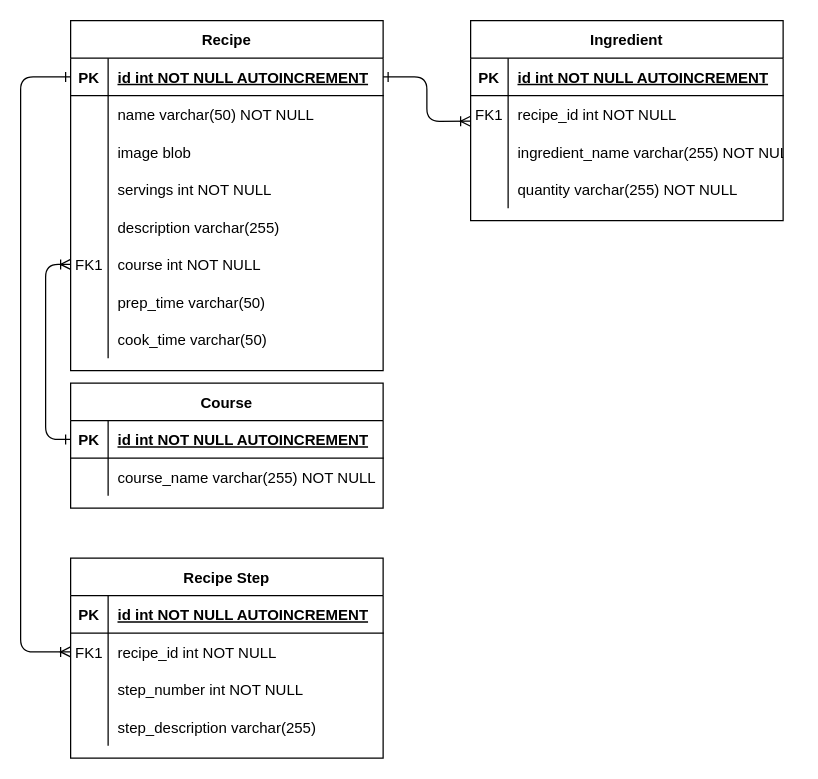
The draw.io diagram db_Design.drawio in ChrisRecio/Recipe-App, before the edit. Source tidied: cells renumbered, new cells numbered last; positions are measured from the earlier drawing's top-left corner, leaving out a move shared by most shapes. Both pictures are drawn from the tidied source at 125%, with x=0, y=0 at pixel (20, 20).
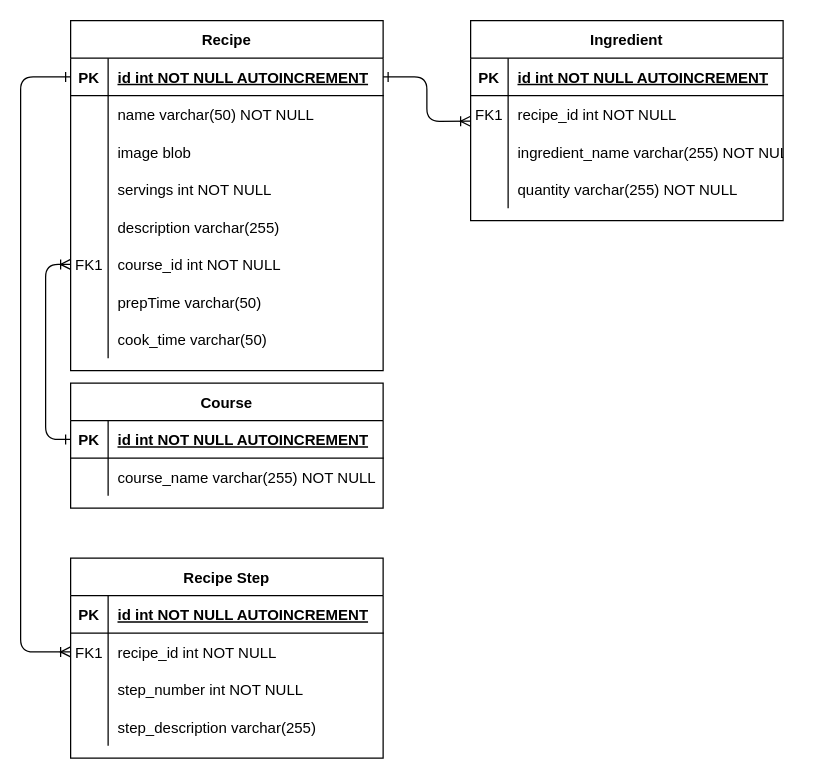
The same page after the edit.

The change refers to these unchanged cells:
```xml
<mxCell id="18" style="shape=partialRectangle;fillColor=none;points=[[0,0.5],[1,0.5]];portConstraint=eastwest;top=0;left=0;right=0;bottom=0;" parent="2" vertex="1">
  <mxGeometry y="180" width="250" height="30" as="geometry" />
</mxCell>
<mxCell id="21" style="shape=partialRectangle;fillColor=none;top=0;left=0;right=0;bottom=0;" parent="2" vertex="1">
  <mxGeometry y="210" width="250" height="30" as="geometry" />
</mxCell>
```

Change to the diagram source:
```diff
@@
-    <mxCell id="20" value="course int NOT NULL" style="shape=partialRectangle;overflow=hidden;fillColor=none;top=0;left=0;bottom=0;right=0;align=left;spacingLeft=6;" parent="18" vertex="1">
+    <mxCell id="20" value="course_id int NOT NULL" style="shape=partialRectangle;overflow=hidden;fillColor=none;top=0;left=0;bottom=0;right=0;align=left;spacingLeft=6;" parent="18" vertex="1">
       <mxGeometry x="30" width="220" height="30" as="geometry" />
     </mxCell>
@@
-    <mxCell id="23" value="prep_time varchar(50)" style="shape=partialRectangle;overflow=hidden;fillColor=none;top=0;left=0;bottom=0;right=0;align=left;spacingLeft=6;" parent="21" vertex="1">
+    <mxCell id="23" value="prepTime varchar(50)" style="shape=partialRectangle;overflow=hidden;fillColor=none;top=0;left=0;bottom=0;right=0;align=left;spacingLeft=6;" parent="21" vertex="1">
       <mxGeometry x="30" width="220" height="30" as="geometry" />
     </mxCell>
```
